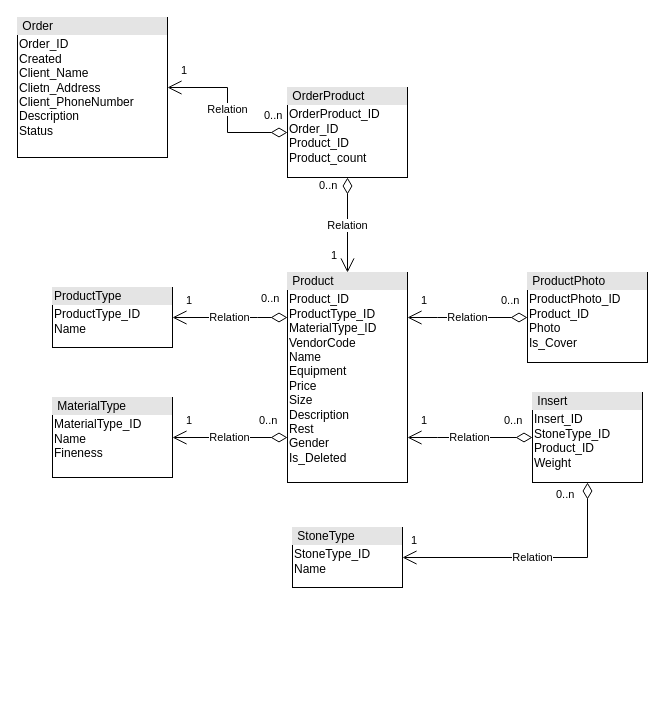
This is ER-diagram-v3.drawio from omelchenkopete/SA, a draw.io file, before an edit. Source tidied: cells renumbered, new cells numbered last; positions are measured from the earlier drawing's top-left corner, leaving out a move shared by most shapes. Both pictures are drawn from the tidied source at 100%, with x=0, y=0 at pixel (17, 17).
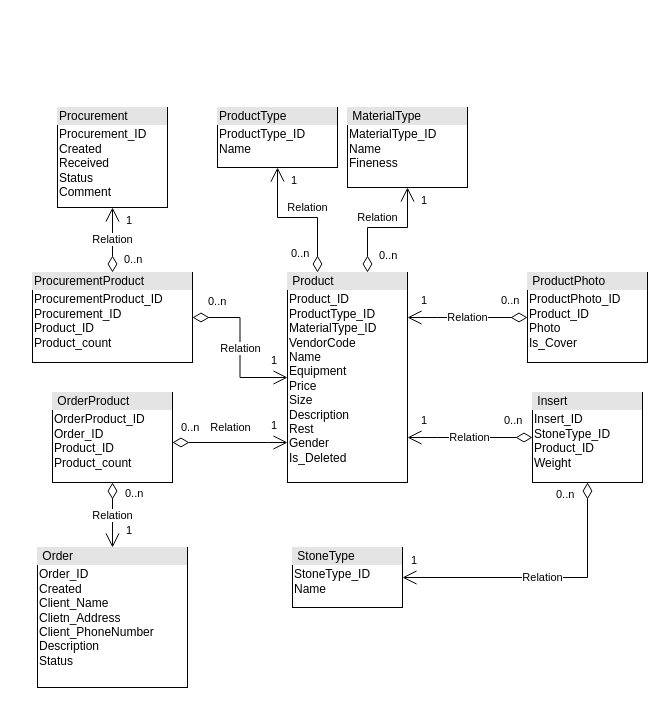
The same page after the edit.

The change refers to these unchanged cells:
```xml
<mxCell id="2" value="&lt;div style=&quot;box-sizing:border-box;width:100%;background:#e4e4e4;padding:2px;&quot;&gt;&amp;nbsp;Product&lt;/div&gt;&lt;table style=&quot;width:100%;font-size:1em;&quot; cellpadding=&quot;2&quot; cellspacing=&quot;0&quot;&gt;&lt;tbody&gt;&lt;tr&gt;&lt;td&gt;Product_ID&lt;br&gt;ProductType_ID&lt;br&gt;MaterialType_ID&lt;br&gt;VendorCode&lt;br&gt;Name&lt;br&gt;Equipment&lt;br&gt;Price&lt;br&gt;Size&lt;br&gt;Description&lt;br&gt;Rest&lt;br&gt;Gender&lt;br&gt;Is_Deleted&lt;br&gt;&lt;/td&gt;&lt;td&gt;&lt;/td&gt;&lt;/tr&gt;&lt;/tbody&gt;&lt;/table&gt;" style="verticalAlign=top;align=left;overflow=fill;html=1;whiteSpace=wrap;strokeColor=default;gradientColor=none;fillColor=default;rounded=0;glass=0;shadow=0;noLabel=0;portConstraintRotation=0;snapToPoint=0;fixDash=0;enumerate=0;comic=0;" parent="1" vertex="1">
  <mxGeometry x="270" y="255" width="120" height="210" as="geometry" />
</mxCell>
<mxCell id="4" value="&lt;div style=&quot;box-sizing:border-box;width:100%;background:#e4e4e4;padding:2px;&quot;&gt;&amp;nbsp;Insert&lt;/div&gt;&lt;table style=&quot;width:100%;font-size:1em;&quot; cellpadding=&quot;2&quot; cellspacing=&quot;0&quot;&gt;&lt;tbody&gt;&lt;tr&gt;&lt;td&gt;Insert_ID&lt;br&gt;StoneType_ID&lt;br&gt;Product_ID&lt;br&gt;Weight&lt;br&gt;&lt;/td&gt;&lt;td&gt;&lt;/td&gt;&lt;/tr&gt;&lt;/tbody&gt;&lt;/table&gt;" style="verticalAlign=top;align=left;overflow=fill;html=1;whiteSpace=wrap;strokeColor=default;gradientColor=none;fillColor=default;rounded=0;glass=0;shadow=0;noLabel=0;portConstraintRotation=0;snapToPoint=0;fixDash=0;enumerate=0;comic=0;" parent="1" vertex="1">
  <mxGeometry x="515" y="375" width="110" height="90" as="geometry" />
</mxCell>
<mxCell id="25" value="Relation" style="endArrow=open;html=1;endSize=12;startArrow=diamondThin;startSize=14;startFill=0;edgeStyle=orthogonalEdgeStyle;rounded=0;" parent="1" edge="1" source="24" target="23">
  <mxGeometry relative="1" as="geometry" />
</mxCell>
```

Diff of the diagram source:
```diff
@@
     <mxCell id="5" value="&lt;div style=&quot;box-sizing:border-box;width:100%;background:#e4e4e4;padding:2px;&quot;&gt;&amp;nbsp;StoneType&lt;/div&gt;&lt;table style=&quot;width:100%;font-size:1em;&quot; cellpadding=&quot;2&quot; cellspacing=&quot;0&quot;&gt;&lt;tbody&gt;&lt;tr&gt;&lt;td&gt;StoneType_ID&lt;br&gt;Name&lt;br&gt;&lt;/td&gt;&lt;td&gt;&lt;/td&gt;&lt;/tr&gt;&lt;/tbody&gt;&lt;/table&gt;" style="verticalAlign=top;align=left;overflow=fill;html=1;whiteSpace=wrap;strokeColor=default;gradientColor=none;fillColor=default;rounded=0;glass=0;shadow=0;noLabel=0;portConstraintRotation=0;snapToPoint=0;fixDash=0;enumerate=0;comic=0;" parent="1" vertex="1">
-      <mxGeometry x="275" y="510" width="110" height="60" as="geometry" />
+      <mxGeometry x="275" y="530" width="110" height="60" as="geometry" />
     </mxCell>
     <mxCell id="6" value="&lt;div style=&quot;box-sizing:border-box;width:100%;background:#e4e4e4;padding:2px;&quot;&gt;ProductType&lt;/div&gt;&lt;table style=&quot;width:100%;font-size:1em;&quot; cellpadding=&quot;2&quot; cellspacing=&quot;0&quot;&gt;&lt;tbody&gt;&lt;tr&gt;&lt;td&gt;ProductType_ID&lt;br&gt;Name&lt;br&gt;&lt;/td&gt;&lt;td&gt;&lt;/td&gt;&lt;/tr&gt;&lt;/tbody&gt;&lt;/table&gt;" style="verticalAlign=top;align=left;overflow=fill;html=1;whiteSpace=wrap;strokeColor=default;gradientColor=none;fillColor=default;rounded=0;glass=0;shadow=0;noLabel=0;portConstraintRotation=0;snapToPoint=0;fixDash=0;enumerate=0;comic=0;" parent="1" vertex="1">
-      <mxGeometry x="35" y="270" width="120" height="60" as="geometry" />
+      <mxGeometry x="200" y="90" width="120" height="60" as="geometry" />
     </mxCell>
     <mxCell id="7" value="&lt;div style=&quot;box-sizing:border-box;width:100%;background:#e4e4e4;padding:2px;&quot;&gt;&amp;nbsp;MaterialType&lt;/div&gt;&lt;table style=&quot;width:100%;font-size:1em;&quot; cellpadding=&quot;2&quot; cellspacing=&quot;0&quot;&gt;&lt;tbody&gt;&lt;tr&gt;&lt;td&gt;MaterialType_ID&lt;br&gt;Name&lt;br&gt;Fineness&lt;br&gt;&lt;/td&gt;&lt;td&gt;&lt;/td&gt;&lt;/tr&gt;&lt;/tbody&gt;&lt;/table&gt;" style="verticalAlign=top;align=left;overflow=fill;html=1;whiteSpace=wrap;strokeColor=default;gradientColor=none;fillColor=default;rounded=0;glass=0;shadow=0;noLabel=0;portConstraintRotation=0;snapToPoint=0;fixDash=0;enumerate=0;comic=0;" parent="1" vertex="1">
-      <mxGeometry x="35" y="380" width="120" height="80" as="geometry" />
+      <mxGeometry x="330" y="90" width="120" height="80" as="geometry" />
     </mxCell>
@@
     <mxCell id="14" value="Relation" style="endArrow=open;html=1;endSize=12;startArrow=diamondThin;startSize=14;startFill=0;edgeStyle=orthogonalEdgeStyle;rounded=0;" parent="1" edge="1" source="2" target="6">
-      <mxGeometry relative="1" as="geometry">
+      <mxGeometry x="-0.1" y="-10" relative="1" as="geometry">
         <Array as="points">
-          <mxPoint x="240" y="300" />
-          <mxPoint x="240" y="300" />
+          <mxPoint x="300" y="200" />
+          <mxPoint x="260" y="200" />
         </Array>
       </mxGeometry>
     </mxCell>
@@
     <mxCell id="16" value="1" style="edgeLabel;html=1;align=right;verticalAlign=top;" parent="14" vertex="1">
       <mxGeometry x="1" relative="1" as="geometry">
-        <mxPoint x="20" y="-30" as="offset" />
+        <mxPoint x="20" as="offset" />
       </mxGeometry>
     </mxCell>
     <mxCell id="17" value="Relation" style="endArrow=open;html=1;endSize=12;startArrow=diamondThin;startSize=14;startFill=0;edgeStyle=orthogonalEdgeStyle;rounded=0;" parent="1" edge="1" source="2" target="7">
-      <mxGeometry relative="1" as="geometry">
+      <mxGeometry x="-0.12" y="10" relative="1" as="geometry">
         <Array as="points">
-          <mxPoint x="230" y="420" />
-          <mxPoint x="230" y="420" />
+          <mxPoint x="350" y="210" />
+          <mxPoint x="390" y="210" />
         </Array>
       </mxGeometry>
     </mxCell>
     <mxCell id="18" value="0..n" style="edgeLabel;html=1;align=left;verticalAlign=top;" parent="17" vertex="1">
       <mxGeometry x="-1" relative="1" as="geometry">
-        <mxPoint x="-30" y="-30" as="offset" />
+        <mxPoint x="10" y="-30" as="offset" />
       </mxGeometry>
     </mxCell>
     <mxCell id="19" value="1" style="edgeLabel;html=1;align=right;verticalAlign=top;" parent="17" vertex="1">
       <mxGeometry x="1" relative="1" as="geometry">
-        <mxPoint x="20" y="-30" as="offset" />
+        <mxPoint x="20" as="offset" />
       </mxGeometry>
     </mxCell>
     <mxCell id="20" value="Relation" style="endArrow=open;html=1;endSize=12;startArrow=diamondThin;startSize=14;startFill=0;edgeStyle=orthogonalEdgeStyle;rounded=0;" parent="1" edge="1" source="4" target="5">
       <mxGeometry relative="1" as="geometry">
         <Array as="points">
-          <mxPoint x="570" y="540" />
+          <mxPoint x="570" y="560" />
         </Array>
       </mxGeometry>
     </mxCell>
@@
     <mxCell id="23" value="&lt;div style=&quot;box-sizing:border-box;width:100%;background:#e4e4e4;padding:2px;&quot;&gt;&amp;nbsp;Order&lt;/div&gt;&lt;table style=&quot;width:100%;font-size:1em;&quot; cellpadding=&quot;2&quot; cellspacing=&quot;0&quot;&gt;&lt;tbody&gt;&lt;tr&gt;&lt;td&gt;Order_ID&lt;br&gt;Created&lt;br&gt;Client_Name&lt;br&gt;Clietn_Address&lt;br&gt;Client_PhoneNumber&lt;br&gt;Description&lt;br&gt;Status&lt;br&gt;&lt;/td&gt;&lt;td&gt;&lt;/td&gt;&lt;/tr&gt;&lt;/tbody&gt;&lt;/table&gt;" style="verticalAlign=top;align=left;overflow=fill;html=1;whiteSpace=wrap;strokeColor=default;gradientColor=none;fillColor=default;rounded=0;glass=0;shadow=0;noLabel=0;portConstraintRotation=0;snapToPoint=0;fixDash=0;enumerate=0;comic=0;" parent="1" vertex="1">
-      <mxGeometry width="150" height="140" as="geometry" />
+      <mxGeometry x="20" y="530" width="150" height="140" as="geometry" />
     </mxCell>
     <mxCell id="24" value="&lt;div style=&quot;box-sizing:border-box;width:100%;background:#e4e4e4;padding:2px;&quot;&gt;&amp;nbsp;OrderProduct&lt;/div&gt;&lt;table style=&quot;width:100%;font-size:1em;&quot; cellpadding=&quot;2&quot; cellspacing=&quot;0&quot;&gt;&lt;tbody&gt;&lt;tr&gt;&lt;td&gt;OrderProduct_ID&lt;br&gt;Order_ID&lt;br&gt;Product_ID&lt;br&gt;Product_count&lt;/td&gt;&lt;td&gt;&lt;/td&gt;&lt;/tr&gt;&lt;/tbody&gt;&lt;/table&gt;" style="verticalAlign=top;align=left;overflow=fill;html=1;whiteSpace=wrap;strokeColor=default;gradientColor=none;fillColor=default;rounded=0;glass=0;shadow=0;noLabel=0;portConstraintRotation=0;snapToPoint=0;fixDash=0;enumerate=0;comic=0;" parent="1" vertex="1">
-      <mxGeometry x="270" y="70" width="120" height="90" as="geometry" />
+      <mxGeometry x="35" y="375" width="120" height="90" as="geometry" />
     </mxCell>
@@
     <mxCell id="26" value="0..n" style="edgeLabel;html=1;align=left;verticalAlign=top;" parent="25" vertex="1">
       <mxGeometry x="-1" relative="1" as="geometry">
-        <mxPoint x="-25" y="-30" as="offset" />
+        <mxPoint x="11" y="-2" as="offset" />
       </mxGeometry>
     </mxCell>
@@
     <mxCell id="28" value="Relation" style="endArrow=open;html=1;endSize=12;startArrow=diamondThin;startSize=14;startFill=0;edgeStyle=orthogonalEdgeStyle;rounded=0;" parent="1" edge="1" source="24" target="2">
-      <mxGeometry relative="1" as="geometry" />
+      <mxGeometry y="15" relative="1" as="geometry">
+        <Array as="points">
+          <mxPoint x="250" y="425" />
+          <mxPoint x="250" y="425" />
+        </Array>
+      </mxGeometry>
     </mxCell>
     <mxCell id="29" value="0..n" style="edgeLabel;html=1;align=left;verticalAlign=top;" parent="28" vertex="1">
       <mxGeometry x="-1" relative="1" as="geometry">
-        <mxPoint x="-30" y="-5" as="offset" />
+        <mxPoint x="7" y="-28" as="offset" />
       </mxGeometry>
     </mxCell>
@@
+    <mxCell id="31" value="&lt;div style=&quot;box-sizing:border-box;width:100%;background:#e4e4e4;padding:2px;&quot;&gt;Procurement&lt;/div&gt;&lt;h1 style=&quot;font-weight: normal; margin: 0px; padding: 0px; overflow: hidden; border: 0px; font-size: 1.8em; font-family: &amp;quot;Linux Libertine&amp;quot;, Georgia, Times, &amp;quot;Source Serif Pro&amp;quot;, serif; line-height: 1.375; overflow-wrap: break-word; flex-grow: 1; background-color: rgb(255, 255, 255);&quot; class=&quot;firstHeading mw-first-heading&quot; id=&quot;firstHeading&quot;&gt;&lt;/h1&gt;&lt;table style=&quot;border-color: var(--border-color); font-size: 1em; width: 150px;&quot; cellpadding=&quot;2&quot; cellspacing=&quot;0&quot;&gt;&lt;tbody style=&quot;border-color: var(--border-color);&quot;&gt;&lt;tr style=&quot;border-color: var(--border-color);&quot;&gt;&lt;td style=&quot;border-color: var(--border-color);&quot;&gt;Procurement_ID&lt;br style=&quot;border-color: var(--border-color);&quot;&gt;Created&lt;br&gt;Received&lt;br style=&quot;border-color: var(--border-color);&quot;&gt;Status&lt;br style=&quot;border-color: var(--border-color);&quot;&gt;Comment&lt;br&gt;&lt;br style=&quot;border-color: var(--border-color);&quot;&gt;&lt;/td&gt;&lt;/tr&gt;&lt;/tbody&gt;&lt;/table&gt;" style="verticalAlign=top;align=left;overflow=fill;html=1;whiteSpace=wrap;strokeColor=default;gradientColor=none;fillColor=default;rounded=0;glass=0;shadow=0;noLabel=0;portConstraintRotation=0;snapToPoint=0;fixDash=0;enumerate=0;comic=0;" parent="1" vertex="1">
+      <mxGeometry x="40" y="90" width="110" height="100" as="geometry" />
+    </mxCell>
+    <mxCell id="32" value="&lt;div style=&quot;box-sizing:border-box;width:100%;background:#e4e4e4;padding:2px;&quot;&gt;ProcurementProduct&lt;/div&gt;&lt;table style=&quot;width:100%;font-size:1em;&quot; cellpadding=&quot;2&quot; cellspacing=&quot;0&quot;&gt;&lt;tbody&gt;&lt;tr&gt;&lt;td&gt;ProcurementProduct_ID&lt;br&gt;Procurement_ID&lt;br&gt;Product_ID&lt;br&gt;Product_count&lt;/td&gt;&lt;td&gt;&lt;/td&gt;&lt;/tr&gt;&lt;/tbody&gt;&lt;/table&gt;" style="verticalAlign=top;align=left;overflow=fill;html=1;whiteSpace=wrap;strokeColor=default;gradientColor=none;fillColor=default;rounded=0;glass=0;shadow=0;noLabel=0;portConstraintRotation=0;snapToPoint=0;fixDash=0;enumerate=0;comic=0;" parent="1" vertex="1">
+      <mxGeometry x="15" y="255" width="160" height="90" as="geometry" />
+    </mxCell>
+    <mxCell id="33" value="Relation" style="endArrow=open;html=1;endSize=12;startArrow=diamondThin;startSize=14;startFill=0;edgeStyle=orthogonalEdgeStyle;rounded=0;" parent="1" edge="1" source="32" target="2">
+      <mxGeometry relative="1" as="geometry" />
+    </mxCell>
+    <mxCell id="34" value="0..n" style="edgeLabel;html=1;align=left;verticalAlign=top;" parent="33" vertex="1">
+      <mxGeometry x="-1" relative="1" as="geometry">
+        <mxPoint x="14" y="-29" as="offset" />
+      </mxGeometry>
+    </mxCell>
+    <mxCell id="35" value="1" style="edgeLabel;html=1;align=right;verticalAlign=top;" parent="33" vertex="1">
+      <mxGeometry x="1" relative="1" as="geometry">
+        <mxPoint x="-10" y="-30" as="offset" />
+      </mxGeometry>
+    </mxCell>
+    <mxCell id="36" value="Relation" style="endArrow=open;html=1;endSize=12;startArrow=diamondThin;startSize=14;startFill=0;edgeStyle=orthogonalEdgeStyle;rounded=0;" parent="1" edge="1" source="32" target="31">
+      <mxGeometry relative="1" as="geometry" />
+    </mxCell>
+    <mxCell id="37" value="0..n" style="edgeLabel;html=1;align=left;verticalAlign=top;" parent="36" vertex="1">
+      <mxGeometry x="-1" relative="1" as="geometry">
+        <mxPoint x="10" y="-26" as="offset" />
+      </mxGeometry>
+    </mxCell>
+    <mxCell id="38" value="1" style="edgeLabel;html=1;align=right;verticalAlign=top;" parent="36" vertex="1">
+      <mxGeometry x="1" relative="1" as="geometry">
+        <mxPoint x="20" as="offset" />
+      </mxGeometry>
+    </mxCell>
```
